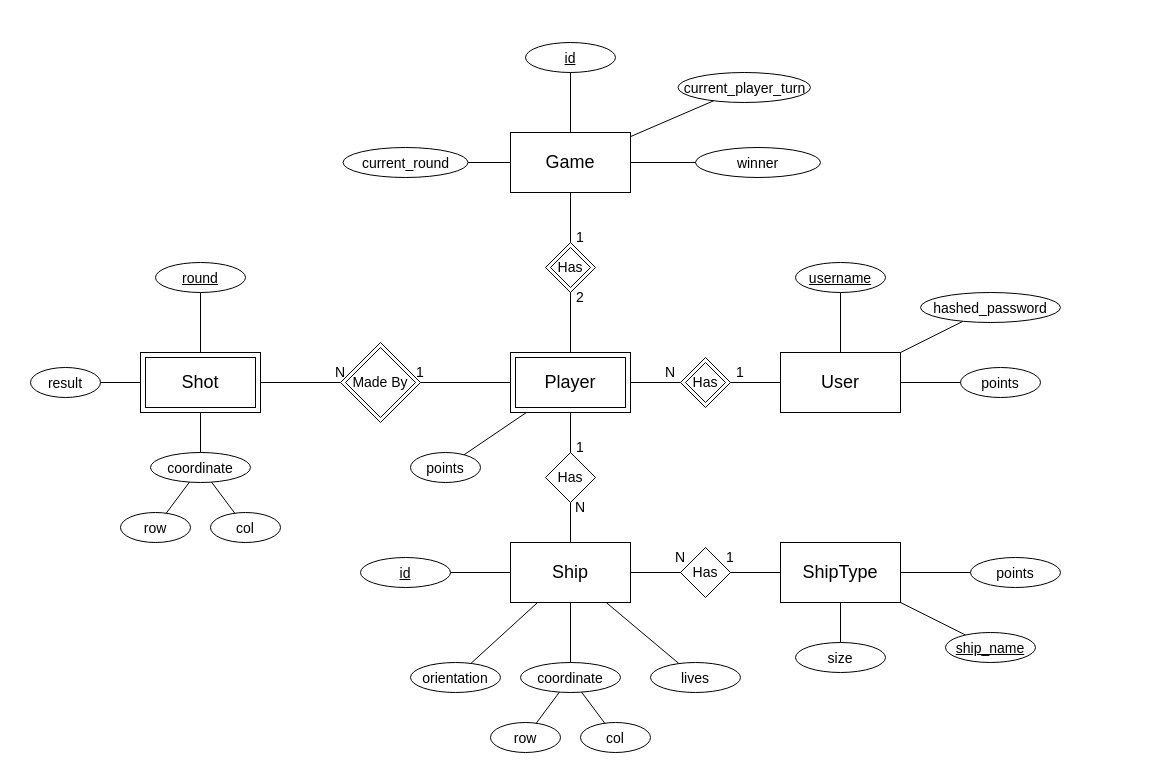
Before: docs/battleships-diagrams.drawio in bodybuilders-team/battleships-web, a draw.io diagram. Source tidied: cells renumbered, new cells numbered last; positions are measured from the earlier drawing's top-left corner, leaving out a move shared by most shapes. Both pictures are drawn from the tidied source at 100%, with x=0, y=0 at pixel (30, 42).
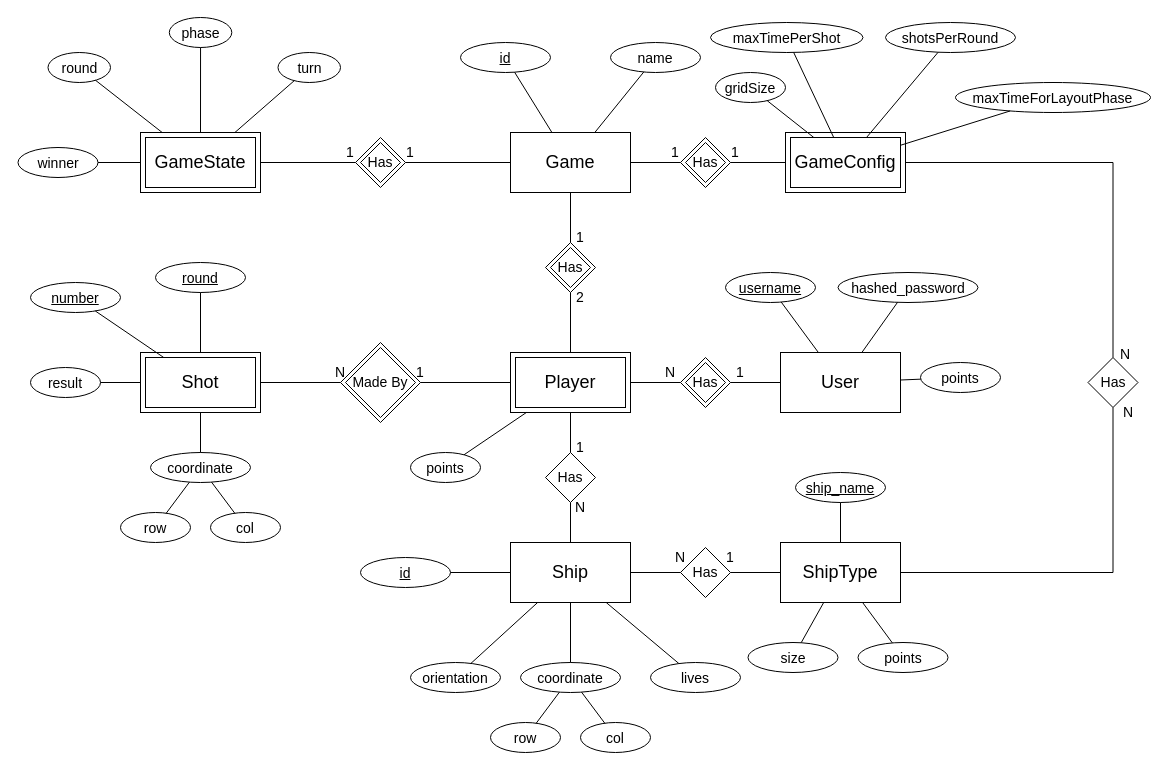
The same diagram, later.

Unchanged cells that the change refers to:
```xml
<mxCell id="2" value="&lt;font style=&quot;font-size: 18px;&quot;&gt;ShipType&lt;/font&gt;" style="rounded=0;whiteSpace=wrap;html=1;" parent="1" vertex="1">
  <mxGeometry x="750" y="500" width="120" height="60" as="geometry" />
</mxCell>
<mxCell id="16" value="&lt;span style=&quot;font-size: 18px;&quot;&gt;Game&lt;/span&gt;" style="rounded=0;whiteSpace=wrap;html=1;" parent="1" vertex="1">
  <mxGeometry x="480" y="90" width="120" height="60" as="geometry" />
</mxCell>
<mxCell id="71" style="rounded=0;whiteSpace=wrap;html=1;fillColor=none;" parent="1" vertex="1">
  <mxGeometry x="115" y="315" width="110" height="50" as="geometry" />
</mxCell>
```

Diff of the diagram source:
```diff
@@
     <mxCell id="4" value="&lt;font style=&quot;font-size: 14px;&quot;&gt;&lt;u&gt;username&lt;/u&gt;&lt;/font&gt;" style="ellipse;whiteSpace=wrap;html=1;fontSize=18;" parent="1" vertex="1">
-      <mxGeometry x="765" y="220" width="90" height="30" as="geometry" />
+      <mxGeometry x="695" y="230" width="90" height="30" as="geometry" />
     </mxCell>
     <mxCell id="5" value="&lt;span style=&quot;font-size: 14px;&quot;&gt;hashed_password&lt;/span&gt;" style="ellipse;whiteSpace=wrap;html=1;fontSize=18;" parent="1" vertex="1">
-      <mxGeometry x="890" y="250" width="140" height="30" as="geometry" />
+      <mxGeometry x="807.5" y="230" width="140" height="30" as="geometry" />
     </mxCell>
@@
     <mxCell id="7" value="&lt;span style=&quot;font-size: 14px;&quot;&gt;points&lt;/span&gt;" style="ellipse;whiteSpace=wrap;html=1;fontSize=18;" parent="1" vertex="1">
-      <mxGeometry x="930" y="325" width="80" height="30" as="geometry" />
+      <mxGeometry x="890" y="320" width="80" height="30" as="geometry" />
     </mxCell>
@@
     <mxCell id="24" value="&lt;font style=&quot;font-size: 14px;&quot;&gt;&lt;u&gt;id&lt;/u&gt;&lt;/font&gt;" style="ellipse;whiteSpace=wrap;html=1;fontSize=18;" parent="1" vertex="1">
-      <mxGeometry x="495" width="90" height="30" as="geometry" />
+      <mxGeometry x="430" width="90" height="30" as="geometry" />
     </mxCell>
@@
     <mxCell id="43" value="&lt;span style=&quot;font-size: 14px;&quot;&gt;size&lt;/span&gt;" style="ellipse;whiteSpace=wrap;html=1;fontSize=18;" parent="1" vertex="1">
-      <mxGeometry x="765" y="600" width="90" height="30" as="geometry" />
+      <mxGeometry x="717.5" y="600" width="90" height="30" as="geometry" />
     </mxCell>
     <mxCell id="44" value="&lt;span style=&quot;font-size: 14px;&quot;&gt;&lt;u&gt;ship_name&lt;/u&gt;&lt;/span&gt;" style="ellipse;whiteSpace=wrap;html=1;fontSize=18;" parent="1" vertex="1">
-      <mxGeometry x="915" y="590" width="90" height="30" as="geometry" />
+      <mxGeometry x="765" y="430" width="90" height="30" as="geometry" />
     </mxCell>
     <mxCell id="45" value="&lt;span style=&quot;font-size: 14px;&quot;&gt;points&lt;/span&gt;" style="ellipse;whiteSpace=wrap;html=1;fontSize=18;" parent="1" vertex="1">
-      <mxGeometry x="940" y="515" width="90" height="30" as="geometry" />
+      <mxGeometry x="827.5" y="600" width="90" height="30" as="geometry" />
     </mxCell>
@@
-    <mxCell id="73" value="&lt;span style=&quot;font-size: 14px;&quot;&gt;winner&lt;/span&gt;" style="ellipse;whiteSpace=wrap;html=1;fontSize=18;" parent="1" vertex="1">
-      <mxGeometry x="665" y="105" width="125" height="30" as="geometry" />
-    </mxCell>
-    <mxCell id="74" style="endArrow=none;html=1;rounded=0;fontSize=14;" parent="1" edge="1" source="16" target="73">
-      <mxGeometry relative="1" as="geometry" />
-    </mxCell>
-    <mxCell id="75" value="&lt;span style=&quot;font-size: 14px;&quot;&gt;current_player_turn&lt;/span&gt;" style="ellipse;whiteSpace=wrap;html=1;fontSize=18;" parent="1" vertex="1">
-      <mxGeometry x="647.5" y="30" width="132.5" height="30" as="geometry" />
-    </mxCell>
-    <mxCell id="76" style="endArrow=none;html=1;rounded=0;fontSize=14;" parent="1" edge="1" source="16" target="75">
-      <mxGeometry relative="1" as="geometry" />
-    </mxCell>
-    <mxCell id="77" value="&lt;span style=&quot;font-size: 14px;&quot;&gt;current_round&lt;/span&gt;" style="ellipse;whiteSpace=wrap;html=1;fontSize=18;" parent="1" vertex="1">
-      <mxGeometry x="312.5" y="105" width="125" height="30" as="geometry" />
-    </mxCell>
-    <mxCell id="78" style="endArrow=none;html=1;rounded=0;fontSize=14;" parent="1" edge="1" source="16" target="77">
-      <mxGeometry relative="1" as="geometry" />
-    </mxCell>
@@
+    <mxCell id="82" value="&lt;font style=&quot;font-size: 14px&quot;&gt;&lt;u&gt;number&lt;/u&gt;&lt;/font&gt;" style="ellipse;whiteSpace=wrap;html=1;fontSize=18;" parent="1" vertex="1">
+      <mxGeometry y="240" width="90" height="30" as="geometry" />
+    </mxCell>
+    <mxCell id="83" style="endArrow=none;html=1;rounded=0;fontSize=14;" parent="1" edge="1" source="71" target="82">
+      <mxGeometry relative="1" as="geometry" />
+    </mxCell>
+    <mxCell id="84" value="Has" style="rhombus;whiteSpace=wrap;html=1;fontSize=14;" parent="1" vertex="1">
+      <mxGeometry x="650" y="95" width="50" height="50" as="geometry" />
+    </mxCell>
+    <mxCell id="85" style="endArrow=none;html=1;rounded=0;fontSize=14;entryX=1;entryY=0.5;entryDx=0;entryDy=0;exitX=0;exitY=0.5;exitDx=0;exitDy=0;" parent="1" edge="1" source="84" target="16">
+      <mxGeometry relative="1" as="geometry" />
+    </mxCell>
+    <mxCell id="86" style="endArrow=none;html=1;rounded=0;fontSize=14;exitX=1;exitY=0.5;exitDx=0;exitDy=0;entryX=0;entryY=0.5;entryDx=0;entryDy=0;" parent="1" edge="1" source="84" target="93">
+      <mxGeometry relative="1" as="geometry" />
+    </mxCell>
+    <mxCell id="87" style="rhombus;whiteSpace=wrap;html=1;fontSize=14;fillColor=none;" parent="1" vertex="1">
+      <mxGeometry x="655" y="100" width="40" height="40" as="geometry" />
+    </mxCell>
+    <mxCell id="88" value="1" style="text;html=1;strokeColor=none;fillColor=none;align=center;verticalAlign=middle;whiteSpace=wrap;rounded=0;fontSize=14;" parent="1" vertex="1">
+      <mxGeometry x="635" y="95" width="20" height="30" as="geometry" />
+    </mxCell>
+    <mxCell id="89" value="1" style="text;html=1;strokeColor=none;fillColor=none;align=center;verticalAlign=middle;whiteSpace=wrap;rounded=0;fontSize=14;" parent="1" vertex="1">
+      <mxGeometry x="695" y="95" width="20" height="30" as="geometry" />
+    </mxCell>
+    <mxCell id="90" value="&lt;span style=&quot;font-size: 14px&quot;&gt;name&lt;/span&gt;" style="ellipse;whiteSpace=wrap;html=1;fontSize=18;" parent="1" vertex="1">
+      <mxGeometry x="580" width="90" height="30" as="geometry" />
+    </mxCell>
+    <mxCell id="91" style="endArrow=none;html=1;rounded=0;fontSize=14;" parent="1" edge="1" source="16" target="90">
+      <mxGeometry relative="1" as="geometry" />
+    </mxCell>
+    <mxCell id="92" value="&lt;span style=&quot;font-size: 18px&quot;&gt;GameConfig&lt;/span&gt;" style="rounded=0;whiteSpace=wrap;html=1;" parent="1" vertex="1">
+      <mxGeometry x="755" y="90" width="120" height="60" as="geometry" />
+    </mxCell>
+    <mxCell id="93" style="rounded=0;whiteSpace=wrap;html=1;fillColor=none;" parent="1" vertex="1">
+      <mxGeometry x="760" y="95" width="110" height="50" as="geometry" />
+    </mxCell>
+    <mxCell id="94" value="Has" style="rhombus;whiteSpace=wrap;html=1;fontSize=14;" parent="1" vertex="1">
+      <mxGeometry x="325" y="95" width="50" height="50" as="geometry" />
+    </mxCell>
+    <mxCell id="95" style="rhombus;whiteSpace=wrap;html=1;fontSize=14;fillColor=none;" parent="1" vertex="1">
+      <mxGeometry x="330" y="100" width="40" height="40" as="geometry" />
+    </mxCell>
+    <mxCell id="96" value="1" style="text;html=1;strokeColor=none;fillColor=none;align=center;verticalAlign=middle;whiteSpace=wrap;rounded=0;fontSize=14;" parent="1" vertex="1">
+      <mxGeometry x="310" y="95" width="20" height="30" as="geometry" />
+    </mxCell>
+    <mxCell id="97" value="1" style="text;html=1;strokeColor=none;fillColor=none;align=center;verticalAlign=middle;whiteSpace=wrap;rounded=0;fontSize=14;" parent="1" vertex="1">
+      <mxGeometry x="370" y="95" width="20" height="30" as="geometry" />
+    </mxCell>
+    <mxCell id="98" style="endArrow=none;html=1;rounded=0;fontSize=14;entryX=0;entryY=0.5;entryDx=0;entryDy=0;exitX=1;exitY=0.5;exitDx=0;exitDy=0;" parent="1" edge="1" source="116" target="94">
+      <mxGeometry relative="1" as="geometry" />
+    </mxCell>
+    <mxCell id="99" style="endArrow=none;html=1;rounded=0;fontSize=14;exitX=1;exitY=0.5;exitDx=0;exitDy=0;entryX=0;entryY=0.5;entryDx=0;entryDy=0;" parent="1" edge="1" source="94" target="16">
+      <mxGeometry relative="1" as="geometry" />
+    </mxCell>
+    <mxCell id="100" value="&lt;span style=&quot;font-size: 14px&quot;&gt;gridSize&lt;/span&gt;" style="ellipse;whiteSpace=wrap;html=1;fontSize=18;" parent="1" vertex="1">
+      <mxGeometry x="685" y="30" width="70" height="30" as="geometry" />
+    </mxCell>
+    <mxCell id="101" value="&lt;span style=&quot;font-size: 14px&quot;&gt;shotsPerRound&lt;/span&gt;" style="ellipse;whiteSpace=wrap;html=1;fontSize=18;" parent="1" vertex="1">
+      <mxGeometry x="855" y="-20" width="130" height="30" as="geometry" />
+    </mxCell>
+    <mxCell id="102" value="&lt;span style=&quot;font-size: 14px&quot;&gt;maxTimeForLayoutPhase&lt;/span&gt;" style="ellipse;whiteSpace=wrap;html=1;fontSize=18;" parent="1" vertex="1">
+      <mxGeometry x="925" y="40" width="195" height="30" as="geometry" />
+    </mxCell>
+    <mxCell id="103" value="&lt;span style=&quot;font-size: 14px&quot;&gt;maxTimePerShot&lt;/span&gt;" style="ellipse;whiteSpace=wrap;html=1;fontSize=18;" parent="1" vertex="1">
+      <mxGeometry x="680" y="-20" width="152.5" height="30" as="geometry" />
+    </mxCell>
+    <mxCell id="104" style="endArrow=none;html=1;rounded=0;fontSize=14;" parent="1" edge="1" source="93" target="103">
+      <mxGeometry relative="1" as="geometry" />
+    </mxCell>
+    <mxCell id="105" style="endArrow=none;html=1;rounded=0;fontSize=14;" parent="1" edge="1" source="93" target="102">
+      <mxGeometry relative="1" as="geometry" />
+    </mxCell>
+    <mxCell id="106" style="endArrow=none;html=1;rounded=0;fontSize=14;" parent="1" edge="1" source="93" target="100">
+      <mxGeometry relative="1" as="geometry" />
+    </mxCell>
+    <mxCell id="107" style="endArrow=none;html=1;rounded=0;fontSize=14;" parent="1" edge="1" source="93" target="101">
+      <mxGeometry relative="1" as="geometry" />
+    </mxCell>
+    <mxCell id="73" value="&lt;span style=&quot;font-size: 14px;&quot;&gt;winner&lt;/span&gt;" style="ellipse;whiteSpace=wrap;html=1;fontSize=18;" parent="1" vertex="1">
+      <mxGeometry x="-12.5" y="105" width="80" height="30" as="geometry" />
+    </mxCell>
+    <mxCell id="108" style="endArrow=none;html=1;rounded=0;fontSize=14;" parent="1" edge="1" source="116" target="73">
+      <mxGeometry relative="1" as="geometry" />
+    </mxCell>
+    <mxCell id="109" value="&lt;span style=&quot;font-size: 14px&quot;&gt;turn&lt;/span&gt;" style="ellipse;whiteSpace=wrap;html=1;fontSize=18;" parent="1" vertex="1">
+      <mxGeometry x="247.5" y="10" width="62.5" height="30" as="geometry" />
+    </mxCell>
+    <mxCell id="110" style="endArrow=none;html=1;rounded=0;fontSize=14;" parent="1" edge="1" source="116" target="109">
+      <mxGeometry relative="1" as="geometry" />
+    </mxCell>
+    <mxCell id="111" value="&lt;span style=&quot;font-size: 14px&quot;&gt;round&lt;/span&gt;" style="ellipse;whiteSpace=wrap;html=1;fontSize=18;" parent="1" vertex="1">
+      <mxGeometry x="17.5" y="10" width="62.5" height="30" as="geometry" />
+    </mxCell>
+    <mxCell id="112" style="endArrow=none;html=1;rounded=0;fontSize=14;" parent="1" edge="1" source="116" target="111">
+      <mxGeometry relative="1" as="geometry" />
+    </mxCell>
+    <mxCell id="113" value="&lt;span style=&quot;font-size: 14px&quot;&gt;phase&lt;/span&gt;" style="ellipse;whiteSpace=wrap;html=1;fontSize=18;" parent="1" vertex="1">
+      <mxGeometry x="138.8" y="-25" width="62.5" height="30" as="geometry" />
+    </mxCell>
+    <mxCell id="114" style="endArrow=none;html=1;rounded=0;fontSize=14;" parent="1" edge="1" source="116" target="113">
+      <mxGeometry relative="1" as="geometry" />
+    </mxCell>
+    <mxCell id="115" value="&lt;span style=&quot;font-size: 18px&quot;&gt;GameState&lt;/span&gt;" style="rounded=0;whiteSpace=wrap;html=1;" parent="1" vertex="1">
+      <mxGeometry x="110" y="90" width="120" height="60" as="geometry" />
+    </mxCell>
+    <mxCell id="116" style="rounded=0;whiteSpace=wrap;html=1;fillColor=none;" parent="1" vertex="1">
+      <mxGeometry x="115" y="95" width="110" height="50" as="geometry" />
+    </mxCell>
+    <mxCell id="117" value="Has" style="rhombus;whiteSpace=wrap;html=1;fontSize=14;" parent="1" vertex="1">
+      <mxGeometry x="1057.5" y="315" width="50" height="50" as="geometry" />
+    </mxCell>
+    <mxCell id="118" style="endArrow=none;html=1;rounded=0;fontSize=14;exitX=0.5;exitY=0;exitDx=0;exitDy=0;entryX=1;entryY=0.5;entryDx=0;entryDy=0;edgeStyle=orthogonalEdgeStyle;" parent="1" edge="1" source="117" target="92">
+      <mxGeometry relative="1" as="geometry" />
+    </mxCell>
+    <mxCell id="119" style="endArrow=none;html=1;rounded=0;fontSize=14;exitX=0.5;exitY=1;exitDx=0;exitDy=0;edgeStyle=orthogonalEdgeStyle;entryX=1;entryY=0.5;entryDx=0;entryDy=0;" parent="1" edge="1" source="117" target="2">
+      <mxGeometry relative="1" as="geometry" />
+    </mxCell>
+    <mxCell id="120" value="N" style="text;html=1;strokeColor=none;fillColor=none;align=center;verticalAlign=middle;whiteSpace=wrap;rounded=0;fontSize=14;" parent="1" vertex="1">
+      <mxGeometry x="1084.5" y="297" width="20" height="30" as="geometry" />
+    </mxCell>
+    <mxCell id="121" value="N" style="text;html=1;strokeColor=none;fillColor=none;align=center;verticalAlign=middle;whiteSpace=wrap;rounded=0;fontSize=14;" parent="1" vertex="1">
+      <mxGeometry x="1087.5" y="355" width="20" height="30" as="geometry" />
+    </mxCell>
```
